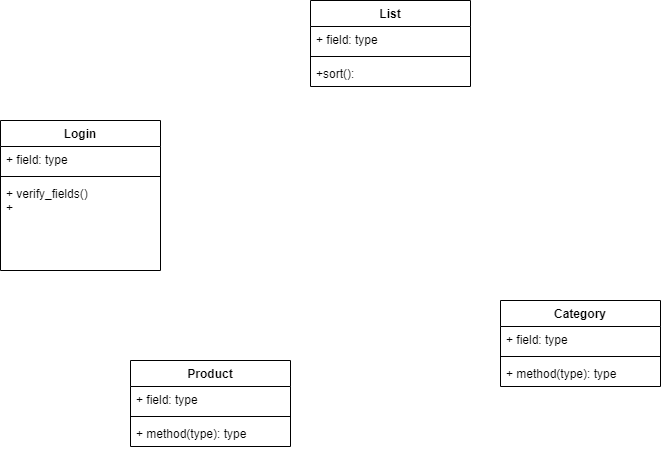
Earlier version of the draw.io export Diagrama de clases Obligatorio.png (ezio815/obligatorio_jap). Source tidied: cells renumbered, new cells last; positions are measured from the earlier drawing's top-left corner, leaving out a move shared by most shapes.
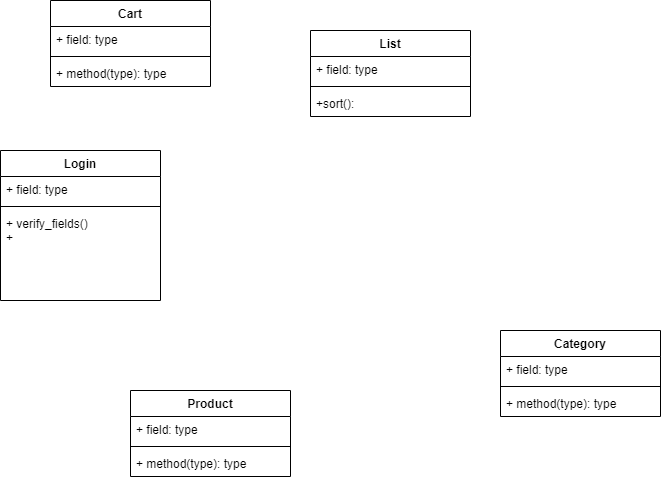
After the commit.

What changed in the source:
```diff
@@ -50,5 +50,17 @@
     <mxCell id="17" value="+ method(type): type" style="text;strokeColor=none;fillColor=none;align=left;verticalAlign=top;spacingLeft=4;spacingRight=4;overflow=hidden;" parent="14" vertex="1">
       <mxGeometry y="60" width="160" height="26" as="geometry" />
     </mxCell>
+    <mxCell id="18" value="Cart" style="swimlane;fontStyle=1;align=center;verticalAlign=top;horizontal=1;startSize=26;" parent="1" vertex="1">
+      <mxGeometry x="50" y="-30" width="160" height="86" as="geometry" />
+    </mxCell>
+    <mxCell id="19" value="+ field: type" style="text;strokeColor=none;fillColor=none;align=left;verticalAlign=top;spacingLeft=4;spacingRight=4;overflow=hidden;" parent="18" vertex="1">
+      <mxGeometry y="26" width="160" height="26" as="geometry" />
+    </mxCell>
+    <mxCell id="20" style="line;strokeWidth=1;fillColor=none;align=left;verticalAlign=middle;spacingTop=-1;spacingLeft=3;spacingRight=3;labelPosition=right;" parent="18" vertex="1">
+      <mxGeometry y="52" width="160" height="8" as="geometry" />
+    </mxCell>
+    <mxCell id="21" value="+ method(type): type" style="text;strokeColor=none;fillColor=none;align=left;verticalAlign=top;spacingLeft=4;spacingRight=4;overflow=hidden;" parent="18" vertex="1">
+      <mxGeometry y="60" width="160" height="26" as="geometry" />
+    </mxCell>
   </root>
 </mxGraphModel>
```
